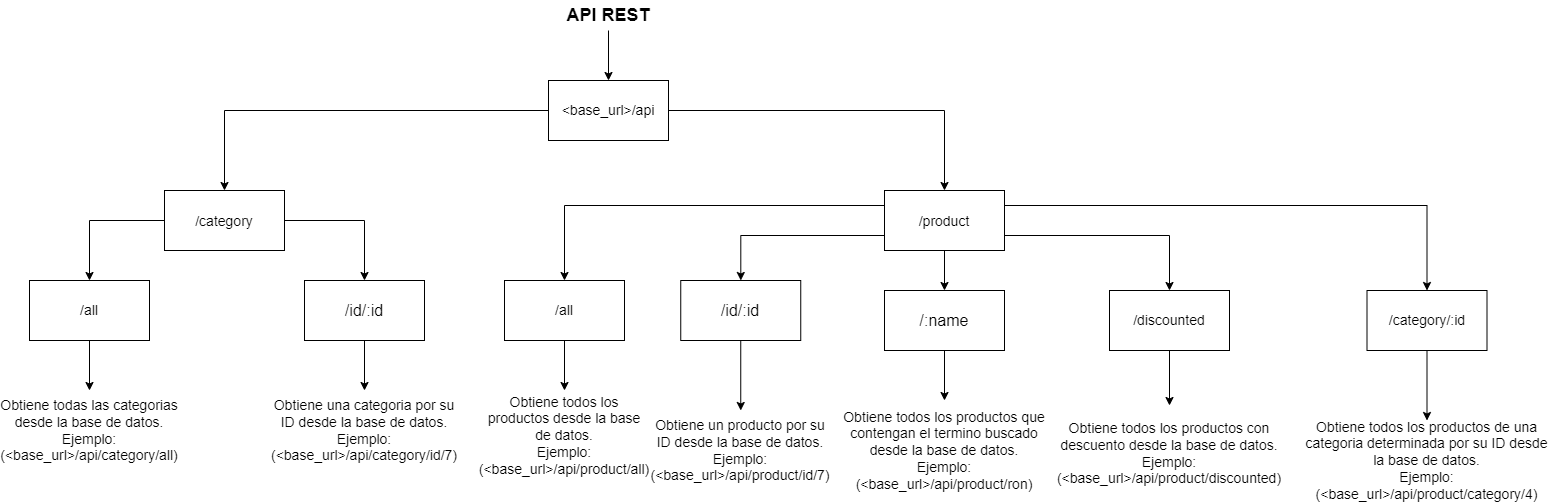
Javernaver/store-bsale-test keeps this draw.io diagram as images/api-rest.png. Above is the earlier version. Source tidied: cells renumbered, new cells last; positions are measured from the earlier drawing's top-left corner, leaving out a move shared by most shapes.
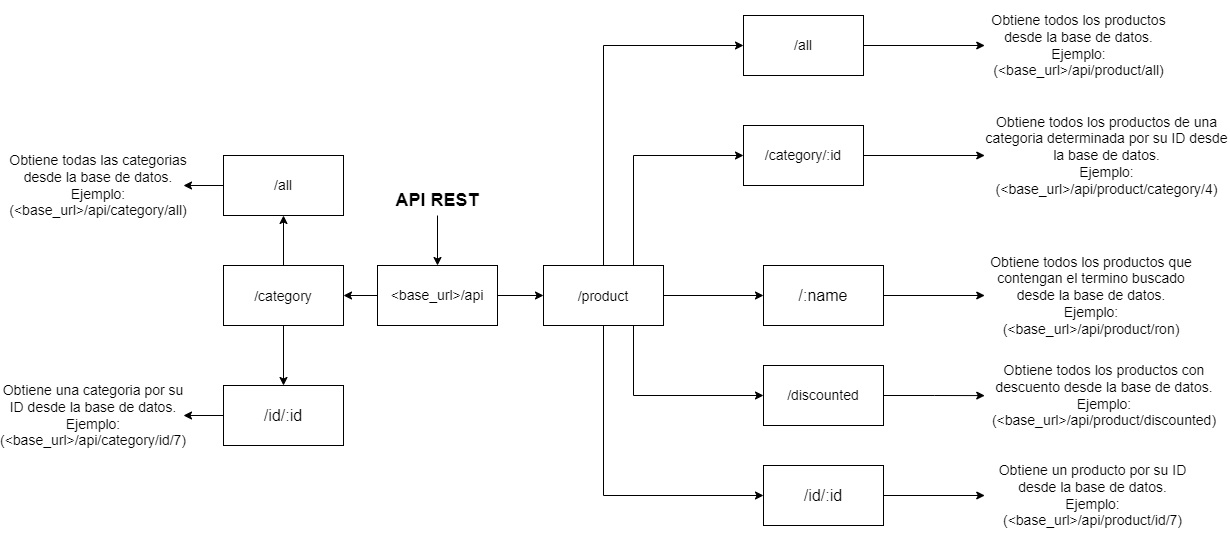
After the change.

Commit message:
ajuste imagen api

Change to the diagram source:
```diff
@@ -24,88 +24,88 @@
       <mxGeometry relative="1" as="geometry" />
     </mxCell>
     <mxCell id="9" value="&lt;font style=&quot;font-size: 14px&quot;&gt;/category&lt;/font&gt;" style="rounded=0;whiteSpace=wrap;html=1;fontSize=18;" parent="1" vertex="1">
-      <mxGeometry x="150" y="190" width="120" height="60" as="geometry" />
+      <mxGeometry x="380" y="80" width="120" height="60" as="geometry" />
     </mxCell>
-    <mxCell id="10" style="edgeStyle=orthogonalEdgeStyle;rounded=0;jettySize=auto;html=1;entryX=0.5;entryY=0;entryDx=0;entryDy=0;fontSize=14;exitX=0;exitY=0.25;exitDx=0;exitDy=0;" parent="1" edge="1" source="14" target="22">
+    <mxCell id="10" style="edgeStyle=orthogonalEdgeStyle;rounded=0;jettySize=auto;html=1;entryX=0;entryY=0.5;entryDx=0;entryDy=0;fontSize=14;exitX=0.5;exitY=0;exitDx=0;exitDy=0;" parent="1" edge="1" source="14" target="22">
       <mxGeometry relative="1" as="geometry" />
     </mxCell>
-    <mxCell id="11" style="edgeStyle=orthogonalEdgeStyle;rounded=0;jettySize=auto;html=1;fontSize=14;exitX=0.5;exitY=1;exitDx=0;exitDy=0;" parent="1" edge="1" source="14" target="29">
+    <mxCell id="11" style="edgeStyle=orthogonalEdgeStyle;rounded=0;jettySize=auto;html=1;fontSize=14;exitX=1;exitY=0.5;exitDx=0;exitDy=0;" parent="1" edge="1" source="14" target="29">
       <mxGeometry relative="1" as="geometry" />
     </mxCell>
-    <mxCell id="12" style="edgeStyle=orthogonalEdgeStyle;rounded=0;jettySize=auto;html=1;fontSize=14;exitX=1;exitY=0.75;exitDx=0;exitDy=0;" parent="1" edge="1" source="14" target="32">
+    <mxCell id="12" style="edgeStyle=orthogonalEdgeStyle;rounded=0;jettySize=auto;html=1;fontSize=14;exitX=0.75;exitY=1;exitDx=0;exitDy=0;entryX=0;entryY=0.5;entryDx=0;entryDy=0;" parent="1" edge="1" source="14" target="32">
       <mxGeometry relative="1" as="geometry" />
     </mxCell>
-    <mxCell id="13" style="edgeStyle=orthogonalEdgeStyle;rounded=0;jettySize=auto;html=1;fontSize=14;exitX=1;exitY=0.25;exitDx=0;exitDy=0;" parent="1" edge="1" source="14" target="35">
+    <mxCell id="13" style="edgeStyle=orthogonalEdgeStyle;rounded=0;jettySize=auto;html=1;fontSize=14;exitX=0.75;exitY=0;exitDx=0;exitDy=0;entryX=0;entryY=0.5;entryDx=0;entryDy=0;" parent="1" edge="1" source="14" target="35">
       <mxGeometry relative="1" as="geometry" />
     </mxCell>
     <mxCell id="14" value="&lt;font style=&quot;font-size: 14px&quot;&gt;/product&lt;/font&gt;" style="rounded=0;whiteSpace=wrap;html=1;fontSize=18;" parent="1" vertex="1">
-      <mxGeometry x="870" y="190" width="120" height="60" as="geometry" />
+      <mxGeometry x="700" y="80" width="120" height="60" as="geometry" />
     </mxCell>
     <mxCell id="15" style="edgeStyle=orthogonalEdgeStyle;rounded=0;jettySize=auto;html=1;fontSize=14;" parent="1" edge="1" source="16" target="17">
       <mxGeometry relative="1" as="geometry" />
     </mxCell>
     <mxCell id="16" value="/all" style="rounded=0;whiteSpace=wrap;html=1;fontSize=14;" parent="1" vertex="1">
-      <mxGeometry x="15" y="280" width="120" height="60" as="geometry" />
+      <mxGeometry x="380" y="-30" width="120" height="60" as="geometry" />
     </mxCell>
     <mxCell id="17" value="Obtiene todas las categorias desde la base de datos.&lt;br&gt;Ejemplo:&lt;br&gt;(&amp;lt;base_url&amp;gt;/api/category/all)" style="text;html=1;strokeColor=none;fillColor=none;align=center;verticalAlign=middle;whiteSpace=wrap;rounded=0;fontSize=14;" parent="1" vertex="1">
-      <mxGeometry y="390" width="150" height="80" as="geometry" />
+      <mxGeometry x="170" y="-40" width="170" height="80" as="geometry" />
     </mxCell>
     <mxCell id="18" style="edgeStyle=orthogonalEdgeStyle;rounded=0;jettySize=auto;html=1;fontSize=14;" parent="1" edge="1" source="19" target="20">
       <mxGeometry relative="1" as="geometry" />
     </mxCell>
     <mxCell id="19" value="&lt;font size=&quot;3&quot;&gt;/id/:id&lt;/font&gt;" style="whiteSpace=wrap;html=1;fontSize=18;rounded=0;" parent="1" vertex="1">
-      <mxGeometry x="290" y="280" width="120" height="60" as="geometry" />
+      <mxGeometry x="380" y="200" width="120" height="60" as="geometry" />
     </mxCell>
     <mxCell id="20" value="Obtiene una categoria por su ID desde la base de datos.&lt;br&gt;Ejemplo:&lt;br&gt;(&amp;lt;base_url&amp;gt;/api/category/id/7)" style="text;html=1;strokeColor=none;fillColor=none;align=center;verticalAlign=middle;whiteSpace=wrap;rounded=0;fontSize=14;" parent="1" vertex="1">
-      <mxGeometry x="275" y="390" width="150" height="80" as="geometry" />
+      <mxGeometry x="160" y="185" width="180" height="90" as="geometry" />
     </mxCell>
     <mxCell id="21" style="edgeStyle=orthogonalEdgeStyle;rounded=0;jettySize=auto;html=1;fontSize=14;" parent="1" edge="1" source="22" target="23">
       <mxGeometry relative="1" as="geometry" />
     </mxCell>
     <mxCell id="22" value="/all" style="rounded=0;whiteSpace=wrap;html=1;fontSize=14;" parent="1" vertex="1">
-      <mxGeometry x="490" y="280" width="120" height="60" as="geometry" />
+      <mxGeometry x="900" y="-170" width="120" height="60" as="geometry" />
     </mxCell>
     <mxCell id="23" value="Obtiene todos los productos desde la base de datos.&lt;br&gt;Ejemplo:&lt;br&gt;(&amp;lt;base_url&amp;gt;/api/product/all)" style="text;html=1;strokeColor=none;fillColor=none;align=center;verticalAlign=middle;whiteSpace=wrap;rounded=0;fontSize=14;" parent="1" vertex="1">
-      <mxGeometry x="475" y="390" width="150" height="90" as="geometry" />
+      <mxGeometry x="1141.2" y="-185" width="188.8" height="90" as="geometry" />
     </mxCell>
-    <mxCell id="24" style="edgeStyle=orthogonalEdgeStyle;rounded=0;jettySize=auto;html=1;fontSize=14;exitX=0;exitY=0.75;exitDx=0;exitDy=0;" parent="1" edge="1" source="14" target="26">
+    <mxCell id="24" style="edgeStyle=orthogonalEdgeStyle;rounded=0;jettySize=auto;html=1;fontSize=14;exitX=0.5;exitY=1;exitDx=0;exitDy=0;entryX=0;entryY=0.5;entryDx=0;entryDy=0;" parent="1" edge="1" source="14" target="26">
       <mxGeometry relative="1" as="geometry" />
     </mxCell>
     <mxCell id="25" style="edgeStyle=orthogonalEdgeStyle;rounded=0;jettySize=auto;html=1;fontSize=14;" parent="1" edge="1" source="26" target="27">
       <mxGeometry relative="1" as="geometry" />
     </mxCell>
     <mxCell id="26" value="&lt;font size=&quot;3&quot;&gt;/id/:id&lt;/font&gt;" style="whiteSpace=wrap;html=1;fontSize=18;rounded=0;" parent="1" vertex="1">
-      <mxGeometry x="666.2" y="280" width="120" height="60" as="geometry" />
+      <mxGeometry x="920" y="280" width="120" height="60" as="geometry" />
     </mxCell>
     <mxCell id="27" value="Obtiene un producto por su ID desde la base de datos.&lt;br&gt;Ejemplo:&lt;br&gt;(&amp;lt;base_url&amp;gt;/api/product/id/7)" style="text;html=1;strokeColor=none;fillColor=none;align=center;verticalAlign=middle;whiteSpace=wrap;rounded=0;fontSize=14;" parent="1" vertex="1">
-      <mxGeometry x="651.2" y="410" width="150" height="80" as="geometry" />
+      <mxGeometry x="1141.2" y="270" width="216.9" height="80" as="geometry" />
     </mxCell>
     <mxCell id="28" style="edgeStyle=orthogonalEdgeStyle;rounded=0;jettySize=auto;html=1;fontSize=14;" parent="1" edge="1" source="29" target="30">
       <mxGeometry relative="1" as="geometry" />
     </mxCell>
     <mxCell id="29" value="&lt;font size=&quot;3&quot;&gt;/:name&lt;/font&gt;" style="whiteSpace=wrap;html=1;fontSize=18;rounded=0;" parent="1" vertex="1">
-      <mxGeometry x="870" y="290" width="120" height="60" as="geometry" />
+      <mxGeometry x="920" y="80" width="120" height="60" as="geometry" />
     </mxCell>
     <mxCell id="30" value="Obtiene todos los productos que contengan el termino buscado desde la base de datos.&lt;br&gt;Ejemplo:&lt;br&gt;(&amp;lt;base_url&amp;gt;/api/product/ron)" style="text;html=1;strokeColor=none;fillColor=none;align=center;verticalAlign=middle;whiteSpace=wrap;rounded=0;fontSize=14;" parent="1" vertex="1">
-      <mxGeometry x="823.1" y="400" width="213.8" height="100" as="geometry" />
+      <mxGeometry x="1141.2" y="60" width="213.8" height="100" as="geometry" />
     </mxCell>
     <mxCell id="31" style="edgeStyle=orthogonalEdgeStyle;rounded=0;jettySize=auto;html=1;fontSize=14;" parent="1" edge="1" source="32" target="33">
       <mxGeometry relative="1" as="geometry" />
     </mxCell>
     <mxCell id="32" value="/discounted" style="rounded=0;whiteSpace=wrap;html=1;fontSize=14;" parent="1" vertex="1">
-      <mxGeometry x="1095" y="290" width="120" height="60" as="geometry" />
+      <mxGeometry x="920" y="180" width="120" height="60" as="geometry" />
     </mxCell>
     <mxCell id="33" value="Obtiene todos los productos con descuento desde la base de datos.&lt;br&gt;Ejemplo:&lt;br&gt;(&amp;lt;base_url&amp;gt;/api/product/discounted)" style="text;html=1;strokeColor=none;fillColor=none;align=center;verticalAlign=middle;whiteSpace=wrap;rounded=0;fontSize=14;" parent="1" vertex="1">
-      <mxGeometry x="1080" y="405" width="150" height="95" as="geometry" />
+      <mxGeometry x="1141.2" y="166.2" width="240" height="87.5" as="geometry" />
     </mxCell>
     <mxCell id="34" style="edgeStyle=orthogonalEdgeStyle;rounded=0;jettySize=auto;html=1;fontSize=14;" parent="1" edge="1" source="35" target="36">
       <mxGeometry relative="1" as="geometry" />
     </mxCell>
     <mxCell id="35" value="/category/:id" style="rounded=0;whiteSpace=wrap;html=1;fontSize=14;" parent="1" vertex="1">
-      <mxGeometry x="1352.5" y="290" width="120" height="60" as="geometry" />
+      <mxGeometry x="900" y="-60" width="120" height="60" as="geometry" />
     </mxCell>
     <mxCell id="36" value="Obtiene todos los productos de una categoria determinada por su ID desde la base de datos.&lt;br&gt;Ejemplo:&lt;br&gt;(&amp;lt;base_url&amp;gt;/api/product/category/4)" style="text;html=1;strokeColor=none;fillColor=none;align=center;verticalAlign=middle;whiteSpace=wrap;rounded=0;fontSize=14;" parent="1" vertex="1">
-      <mxGeometry x="1290" y="420" width="245" height="80" as="geometry" />
+      <mxGeometry x="1141.2" y="-70" width="245" height="80" as="geometry" />
     </mxCell>
   </root>
 </mxGraphModel>
```
